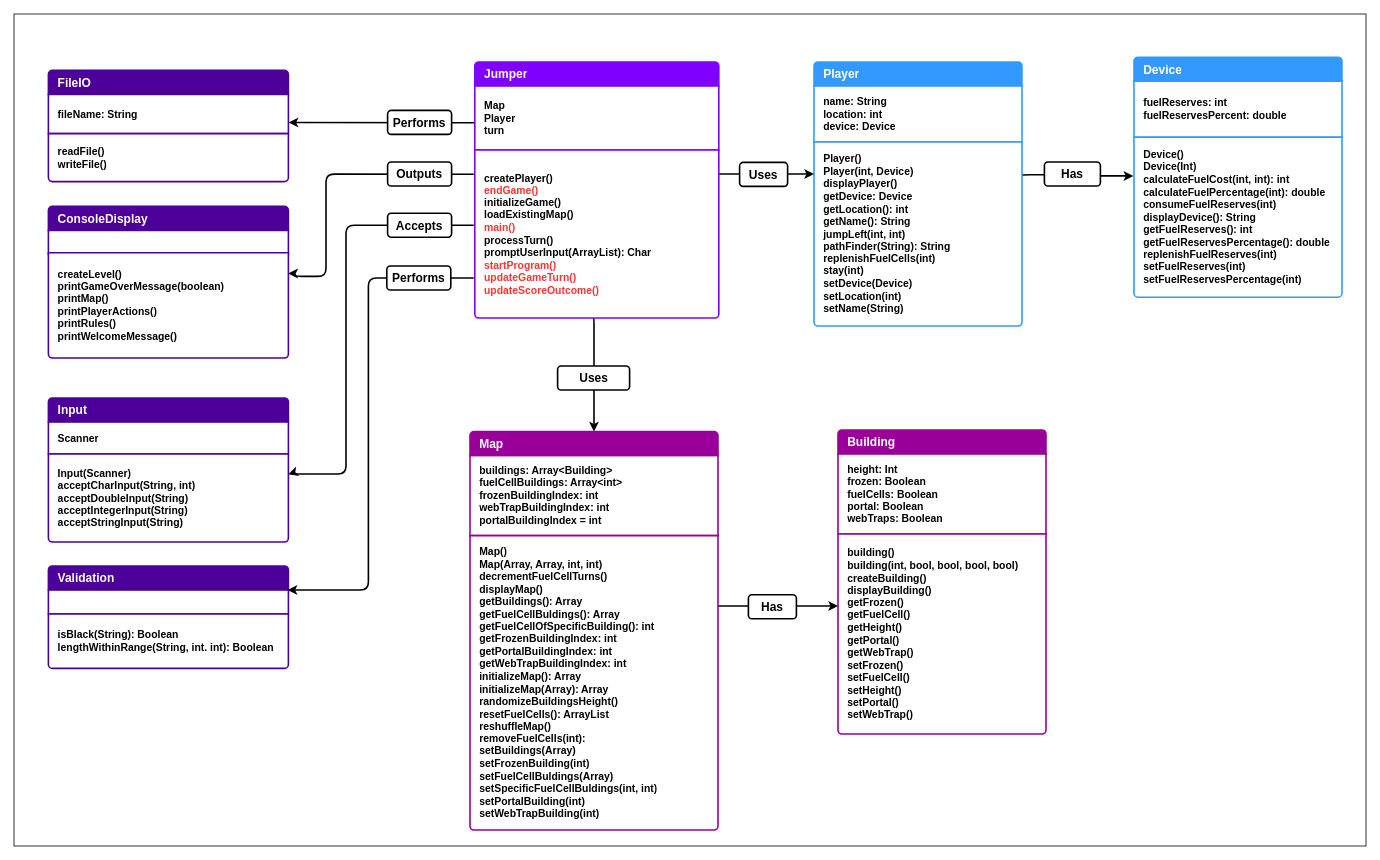
The draw.io diagram Java Programming/Assignment Java Jumper/doc/ClassDiagram.drawio in ByteToBits/CompScience, before the edit. Source tidied: cells renumbered, new cells numbered last; positions are measured from the earlier drawing's top-left corner, leaving out a move shared by most shapes. Both pictures are drawn from the tidied source at 80%, with x=0, y=0 at pixel (14, 14).
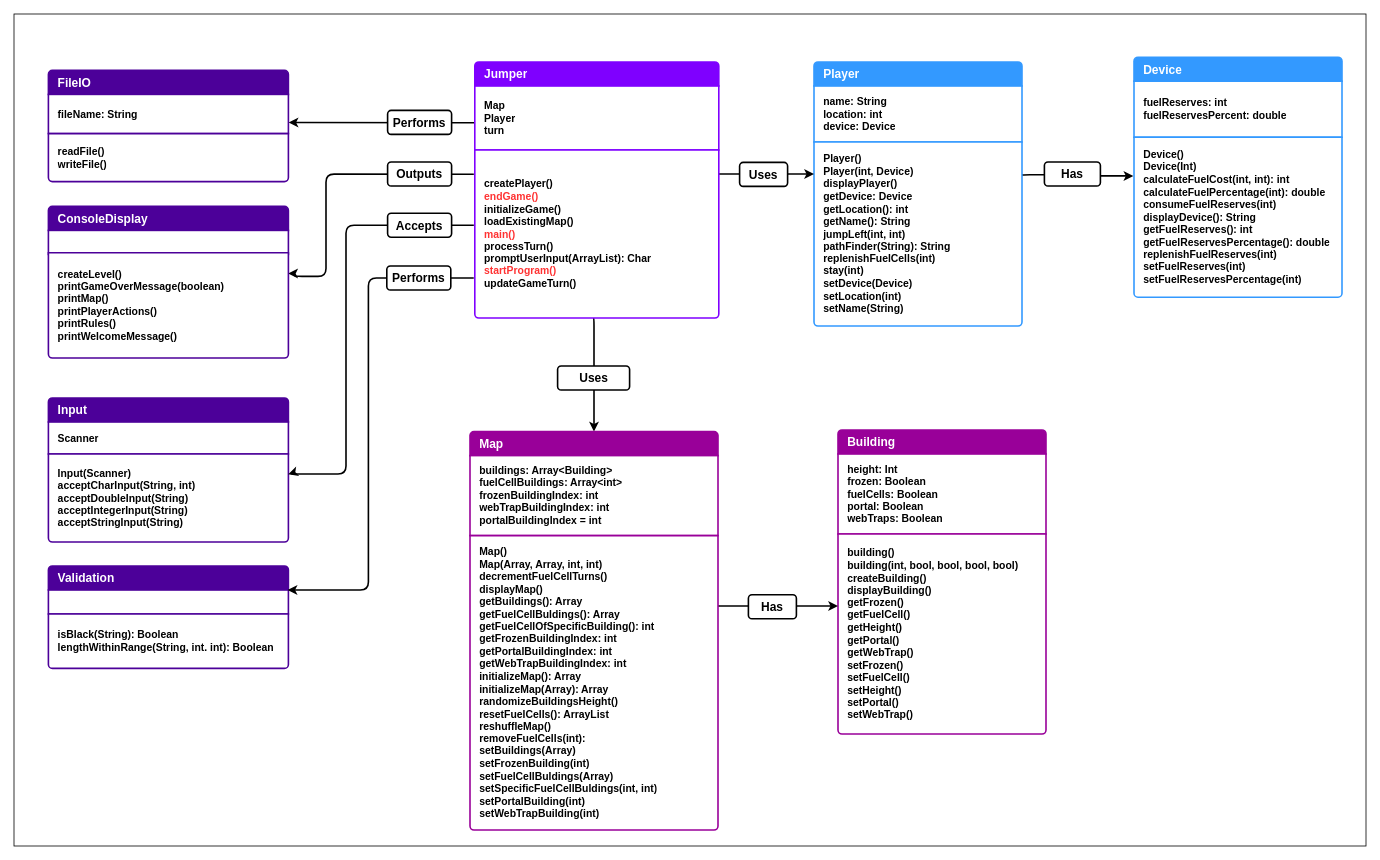
After the change.

Change to the diagram source:
```diff
@@
-    <mxCell id="47" value="&lt;strong style=&quot;background-color: initial;&quot;&gt;createPlayer()&lt;/strong&gt;&lt;br&gt;&lt;strong style=&quot;background-color: initial;&quot;&gt;&lt;font color=&quot;#ff3333&quot;&gt;endGame()&lt;/font&gt;&lt;/strong&gt;&lt;br&gt;&lt;strong style=&quot;background-color: initial;&quot;&gt;initializeGame()&lt;/strong&gt;&lt;br&gt;&lt;strong style=&quot;background-color: initial;&quot;&gt;loadExistingMap()&lt;/strong&gt;&lt;br&gt;&lt;strong style=&quot;background-color: initial;&quot;&gt;&lt;font color=&quot;#ff3333&quot;&gt;main()&lt;/font&gt;&lt;/strong&gt;&lt;br&gt;&lt;strong style=&quot;background-color: initial;&quot;&gt;processTurn()&lt;/strong&gt;&lt;div&gt;promptUserInput(ArrayList): Char&lt;/div&gt;&lt;div&gt;&lt;strong style=&quot;background-color: initial;&quot;&gt;&lt;font color=&quot;#ff3333&quot;&gt;startProgram()&lt;/font&gt;&lt;/strong&gt;&lt;br&gt;&lt;strong style=&quot;background-color: initial;&quot;&gt;&lt;font color=&quot;#ff3333&quot;&gt;updateGameTurn()&lt;/font&gt;&lt;/strong&gt;&lt;br&gt;&lt;strong style=&quot;background-color: initial;&quot;&gt;&lt;font color=&quot;#ff3333&quot;&gt;updateScoreOutcome()&lt;/font&gt;&lt;/strong&gt;&lt;/div&gt;" style="text;strokeColor=#7F00FF;fillColor=#FFFFFF;align=left;verticalAlign=middle;spacingLeft=10;spacingRight=10;overflow=hidden;points=[[0,0.5],[1,0.5]];portConstraint=eastwest;whiteSpace=wrap;html=1;shape=mxgraph.bootstrap.bottomButton;rSize=5;fontColor=#000000;strokeWidth=2;labelPadding=0;labelBorderColor=none;fontSize=13;fontStyle=1;shadow=0;perimeterSpacing=0;swimlaneLine=0;" parent="1" vertex="1">
+    <mxCell id="47" value="&lt;strong style=&quot;background-color: initial;&quot;&gt;createPlayer()&lt;/strong&gt;&lt;br&gt;&lt;strong style=&quot;background-color: initial;&quot;&gt;&lt;font color=&quot;#ff3333&quot;&gt;endGame()&lt;/font&gt;&lt;/strong&gt;&lt;br&gt;&lt;strong style=&quot;background-color: initial;&quot;&gt;initializeGame()&lt;/strong&gt;&lt;br&gt;&lt;strong style=&quot;background-color: initial;&quot;&gt;loadExistingMap()&lt;/strong&gt;&lt;br&gt;&lt;strong style=&quot;background-color: initial;&quot;&gt;&lt;font color=&quot;#ff3333&quot;&gt;main()&lt;/font&gt;&lt;/strong&gt;&lt;br&gt;&lt;strong style=&quot;background-color: initial;&quot;&gt;processTurn()&lt;/strong&gt;&lt;div&gt;promptUserInput(ArrayList): Char&lt;/div&gt;&lt;div&gt;&lt;strong style=&quot;background-color: initial;&quot;&gt;&lt;font color=&quot;#ff3333&quot;&gt;startProgram()&lt;/font&gt;&lt;/strong&gt;&lt;br&gt;&lt;strong style=&quot;background-color: initial;&quot;&gt;updateGameTurn()&lt;/strong&gt;&lt;br&gt;&lt;/div&gt;" style="text;strokeColor=#7F00FF;fillColor=#FFFFFF;align=left;verticalAlign=middle;spacingLeft=10;spacingRight=10;overflow=hidden;points=[[0,0.5],[1,0.5]];portConstraint=eastwest;whiteSpace=wrap;html=1;shape=mxgraph.bootstrap.bottomButton;rSize=5;fontColor=#000000;strokeWidth=2;labelPadding=0;labelBorderColor=none;fontSize=13;fontStyle=1;shadow=0;perimeterSpacing=0;swimlaneLine=0;" parent="1" vertex="1">
       <mxGeometry x="576" y="170" width="305" height="210" as="geometry" />
     </mxCell>
```
